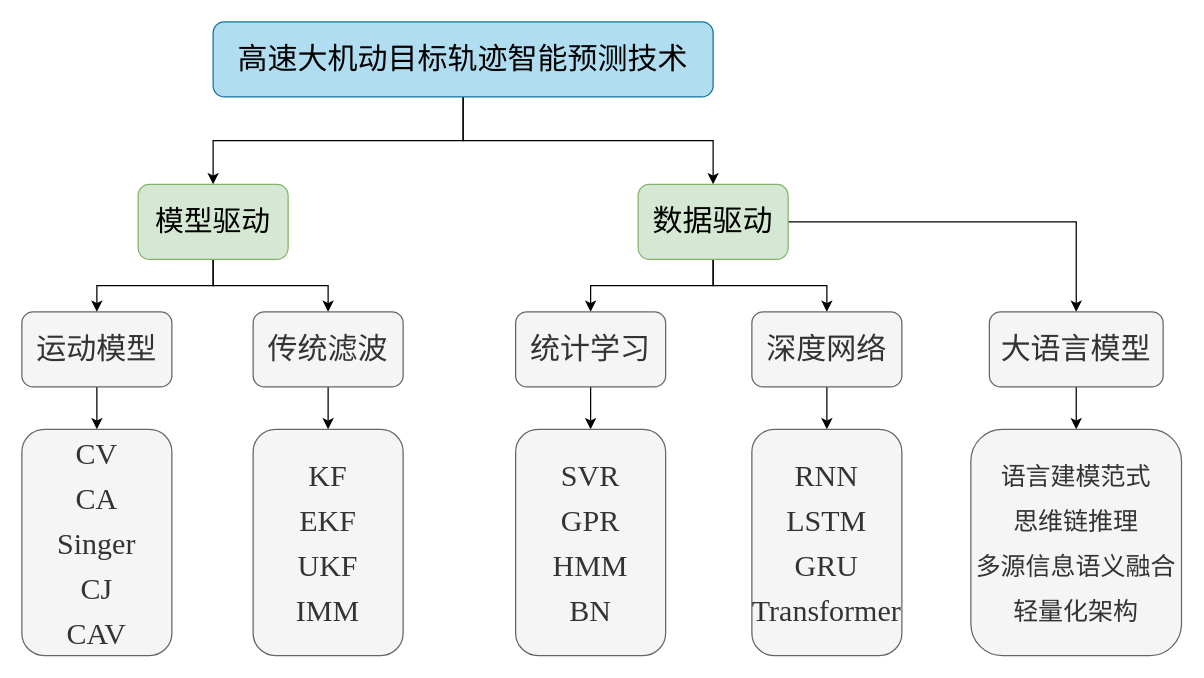
Before: 轨迹预测框架.drawio in master-fency/plot, a draw.io diagram. Source tidied: cells renumbered, new cells numbered last; positions are measured from the earlier drawing's top-left corner, leaving out a move shared by most shapes. Both pictures are drawn from the tidied source at 125%, with x=0, y=0 at pixel (21, 21).
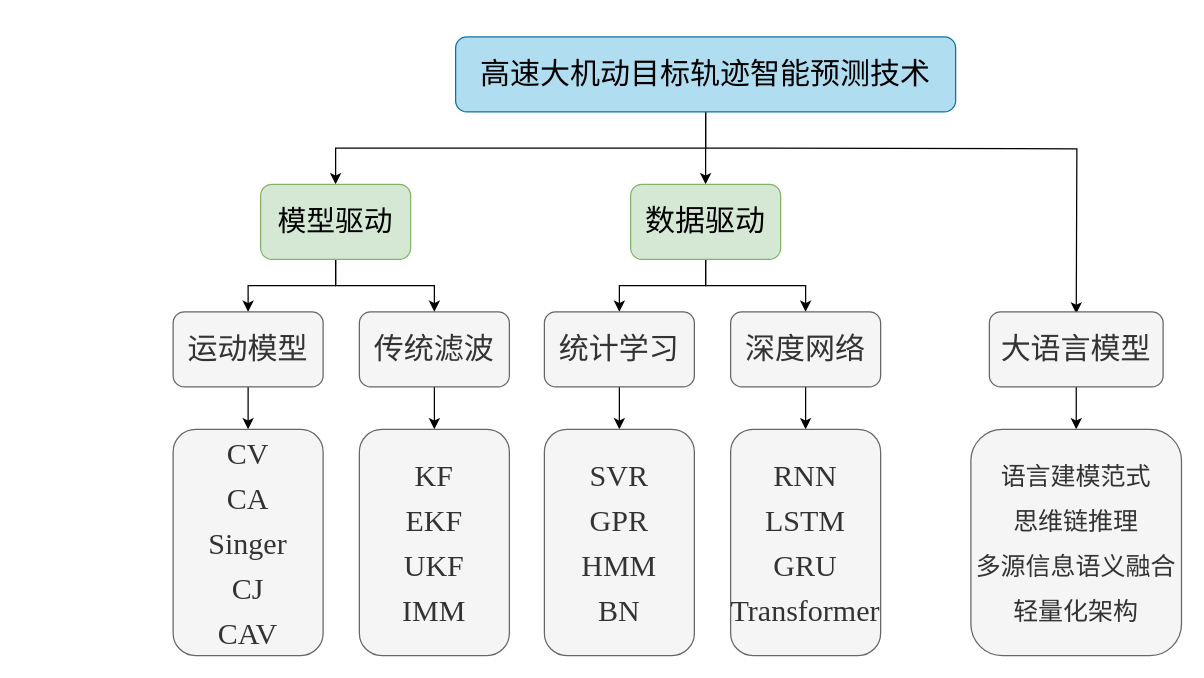
The same diagram, later.

Commit message:
更新轨迹预测框架.drawio

The change refers to these unchanged cells:
```xml
<mxCell id="21" value="&lt;pre&gt;&lt;font face=&quot;Times New Roman&quot; style=&quot;font-size: 24px;&quot;&gt;大语言模型&lt;/font&gt;&lt;/pre&gt;" style="rounded=1;whiteSpace=wrap;html=1;fillColor=#f5f5f5;fontColor=#333333;strokeColor=#666666;" parent="1" vertex="1">
  <mxGeometry x="774" y="232" width="139" height="60" as="geometry" />
</mxCell>
```

What changed in the source:
```diff
@@
     <mxCell id="4" value="&lt;span class=&quot;a0&quot;&gt;&lt;span style=&quot;font-size:18.0pt;&lt;br/&gt;mso-bidi-font-family:&amp;quot;Times New Roman&amp;quot;;mso-ansi-language:EN-US;mso-fareast-language:&lt;br/&gt;ZH-CN;mso-bidi-language:AR-SA&quot;&gt;&lt;font face=&quot;Times New Roman&quot;&gt;高速大机动目标轨迹智能预测技术&lt;/font&gt;&lt;/span&gt;&lt;/span&gt;" style="rounded=1;whiteSpace=wrap;html=1;fillColor=#b1ddf0;strokeColor=#10739e;" parent="1" vertex="1">
-      <mxGeometry x="153" width="400" height="60" as="geometry" />
+      <mxGeometry x="347" y="12" width="400" height="60" as="geometry" />
     </mxCell>
@@
     <mxCell id="7" value="&lt;pre&gt;&lt;font face=&quot;Times New Roman&quot; style=&quot;font-size: 23px;&quot;&gt;模型驱动&lt;/font&gt;&lt;/pre&gt;" style="rounded=1;whiteSpace=wrap;html=1;fillColor=#d5e8d4;strokeColor=#82b366;" parent="1" vertex="1">
-      <mxGeometry x="93" y="130" width="120" height="60" as="geometry" />
+      <mxGeometry x="191" y="130" width="120" height="60" as="geometry" />
     </mxCell>
-    <mxCell id="8" style="edgeStyle=orthogonalEdgeStyle;rounded=0;jettySize=auto;html=1;exitX=1;exitY=0.5;exitDx=0;exitDy=0;entryX=0.5;entryY=0;entryDx=0;entryDy=0;" parent="1" edge="1" source="11" target="21">
-      <mxGeometry relative="1" as="geometry" />
+    <mxCell id="8" style="edgeStyle=orthogonalEdgeStyle;rounded=0;orthogonalLoop=1;jettySize=auto;html=1;entryX=0.5;entryY=0;entryDx=0;entryDy=0;" parent="1" edge="1">
+      <mxGeometry relative="1" as="geometry">
+        <mxPoint x="547.2" y="101" as="sourcePoint" />
+        <mxPoint x="843.5" y="233.4" as="targetPoint" />
+      </mxGeometry>
     </mxCell>
@@
     <mxCell id="11" value="&lt;font face=&quot;Times New Roman&quot; style=&quot;font-size: 24px;&quot;&gt;数据驱动&lt;/font&gt;" style="rounded=1;whiteSpace=wrap;html=1;fillColor=#d5e8d4;strokeColor=#82b366;" parent="1" vertex="1">
-      <mxGeometry x="493" y="130" width="120" height="60" as="geometry" />
+      <mxGeometry x="487" y="130" width="120" height="60" as="geometry" />
     </mxCell>
@@
     <mxCell id="13" value="&lt;pre&gt;&lt;font face=&quot;Times New Roman&quot; style=&quot;font-size: 24px;&quot;&gt;运动模型&lt;/font&gt;&lt;/pre&gt;" style="rounded=1;whiteSpace=wrap;html=1;fillColor=#f5f5f5;fontColor=#333333;strokeColor=#666666;" parent="1" vertex="1">
-      <mxGeometry y="232" width="120" height="60" as="geometry" />
+      <mxGeometry x="121" y="232" width="120" height="60" as="geometry" />
     </mxCell>
@@
     <mxCell id="15" value="&lt;pre&gt;&lt;font face=&quot;Times New Roman&quot; style=&quot;font-size: 24px;&quot;&gt;传统滤波&lt;/font&gt;&lt;/pre&gt;" style="rounded=1;whiteSpace=wrap;html=1;fillColor=#f5f5f5;fontColor=#333333;strokeColor=#666666;" parent="1" vertex="1">
-      <mxGeometry x="185" y="232" width="120" height="60" as="geometry" />
+      <mxGeometry x="270" y="232" width="120" height="60" as="geometry" />
     </mxCell>
@@
     <mxCell id="17" value="&lt;pre&gt;&lt;font face=&quot;Times New Roman&quot; style=&quot;font-size: 24px;&quot;&gt;统计学习&lt;/font&gt;&lt;/pre&gt;" style="rounded=1;whiteSpace=wrap;html=1;fillColor=#f5f5f5;fontColor=#333333;strokeColor=#666666;" parent="1" vertex="1">
-      <mxGeometry x="395" y="232" width="120" height="60" as="geometry" />
+      <mxGeometry x="418" y="232" width="120" height="60" as="geometry" />
     </mxCell>
@@
     <mxCell id="19" value="&lt;pre&gt;&lt;font face=&quot;Times New Roman&quot; style=&quot;font-size: 24px;&quot;&gt;深度网络&lt;/font&gt;&lt;/pre&gt;" style="rounded=1;whiteSpace=wrap;html=1;fillColor=#f5f5f5;fontColor=#333333;strokeColor=#666666;" parent="1" vertex="1">
-      <mxGeometry x="584" y="232" width="120" height="60" as="geometry" />
+      <mxGeometry x="567" y="232" width="120" height="60" as="geometry" />
     </mxCell>
@@
     <mxCell id="22" value="&lt;div style=&quot;line-height: 150%;&quot;&gt;&lt;font face=&quot;Times New Roman&quot; style=&quot;line-height: 150%; font-size: 24px;&quot;&gt;CV&lt;/font&gt;&lt;div&gt;&lt;font face=&quot;Times New Roman&quot; style=&quot;line-height: 150%; font-size: 24px;&quot;&gt;CA&lt;/font&gt;&lt;/div&gt;&lt;div&gt;&lt;font face=&quot;Times New Roman&quot; style=&quot;line-height: 150%; font-size: 24px;&quot;&gt;Singer&lt;/font&gt;&lt;/div&gt;&lt;div&gt;&lt;font face=&quot;Times New Roman&quot; style=&quot;line-height: 150%; font-size: 24px;&quot;&gt;CJ&lt;/font&gt;&lt;/div&gt;&lt;div&gt;&lt;font face=&quot;Times New Roman&quot; style=&quot;line-height: 150%; font-size: 24px;&quot;&gt;CAV&lt;/font&gt;&lt;/div&gt;&lt;/div&gt;" style="rounded=1;whiteSpace=wrap;html=1;fillColor=#f5f5f5;strokeColor=#666666;fontColor=#333333;" parent="1" vertex="1">
-      <mxGeometry y="326" width="120" height="181" as="geometry" />
+      <mxGeometry x="121" y="326" width="120" height="181" as="geometry" />
     </mxCell>
     <mxCell id="23" value="&lt;div style=&quot;line-height: 150%;&quot;&gt;&lt;font style=&quot;line-height: 150%; font-size: 24px;&quot; face=&quot;Times New Roman&quot;&gt;KF&lt;/font&gt;&lt;div&gt;&lt;font style=&quot;line-height: 150%; font-size: 24px;&quot; face=&quot;Times New Roman&quot;&gt;EKF&lt;/font&gt;&lt;/div&gt;&lt;div&gt;&lt;font style=&quot;line-height: 150%; font-size: 24px;&quot; face=&quot;Times New Roman&quot;&gt;UKF&lt;/font&gt;&lt;/div&gt;&lt;div&gt;&lt;font style=&quot;line-height: 150%; font-size: 24px;&quot; face=&quot;Times New Roman&quot;&gt;IMM&lt;/font&gt;&lt;/div&gt;&lt;/div&gt;" style="rounded=1;whiteSpace=wrap;html=1;fillColor=#f5f5f5;strokeColor=#666666;fontColor=#333333;" parent="1" vertex="1">
-      <mxGeometry x="185" y="326" width="120" height="181" as="geometry" />
+      <mxGeometry x="270" y="326" width="120" height="181" as="geometry" />
     </mxCell>
     <mxCell id="24" value="&lt;div style=&quot;line-height: 150%;&quot;&gt;&lt;font face=&quot;Times New Roman&quot; style=&quot;line-height: 150%; font-size: 24px;&quot;&gt;SVR&lt;/font&gt;&lt;div&gt;&lt;font face=&quot;Times New Roman&quot; style=&quot;line-height: 150%; font-size: 24px;&quot;&gt;GPR&lt;/font&gt;&lt;/div&gt;&lt;div&gt;&lt;font face=&quot;Times New Roman&quot; style=&quot;line-height: 150%; font-size: 24px;&quot;&gt;HMM&lt;/font&gt;&lt;/div&gt;&lt;div&gt;&lt;font face=&quot;Times New Roman&quot; style=&quot;line-height: 150%; font-size: 24px;&quot;&gt;BN&lt;/font&gt;&lt;/div&gt;&lt;/div&gt;" style="rounded=1;whiteSpace=wrap;html=1;fillColor=#f5f5f5;fontColor=#333333;strokeColor=#666666;" parent="1" vertex="1">
-      <mxGeometry x="395" y="326" width="120" height="181" as="geometry" />
+      <mxGeometry x="418" y="326" width="120" height="181" as="geometry" />
     </mxCell>
     <mxCell id="25" value="&lt;div style=&quot;line-height: 150%;&quot;&gt;&lt;font face=&quot;Times New Roman&quot; style=&quot;line-height: 150%; font-size: 24px;&quot;&gt;RNN&lt;/font&gt;&lt;div&gt;&lt;font face=&quot;Times New Roman&quot; style=&quot;line-height: 150%; font-size: 24px;&quot;&gt;LSTM&lt;/font&gt;&lt;/div&gt;&lt;div&gt;&lt;font face=&quot;Times New Roman&quot; style=&quot;line-height: 150%; font-size: 24px;&quot;&gt;GRU&lt;/font&gt;&lt;/div&gt;&lt;div&gt;&lt;font face=&quot;Times New Roman&quot; style=&quot;line-height: 150%; font-size: 24px;&quot;&gt;Transformer&lt;/font&gt;&lt;/div&gt;&lt;/div&gt;" style="rounded=1;whiteSpace=wrap;html=1;fillColor=#f5f5f5;fontColor=#333333;strokeColor=#666666;" parent="1" vertex="1">
-      <mxGeometry x="584" y="326" width="120" height="181" as="geometry" />
+      <mxGeometry x="567" y="326" width="120" height="181" as="geometry" />
     </mxCell>
```
